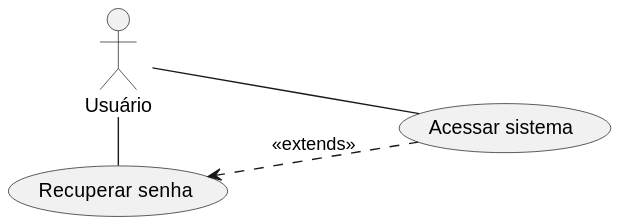
This is specs/casos_de_uso/svg/uml_uc1.svg from Phenrique-sousa/APS-documents, a PlantUML export, as it was before one commit.
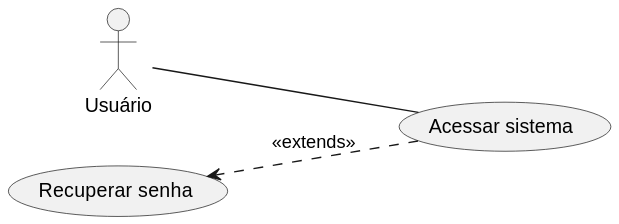
Above is the later version.

Change to the diagram source:
```diff
@@ -9,6 +9,4 @@
 Usuario -- UC1
 
 UC2 <.. UC1 : <<extends>>
-
-Usuario - UC2
 @enduml
```
